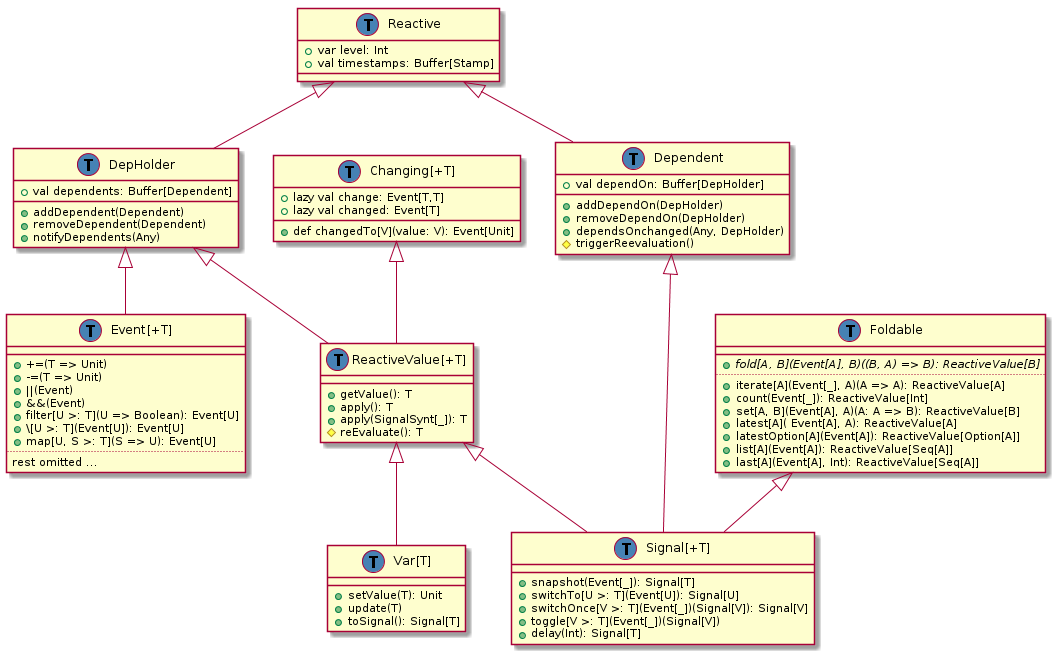
The PlantUML diagram doc/class-hierarchy/post-refactoring-may-14.png in rescala-lang/REScala, before a commit.
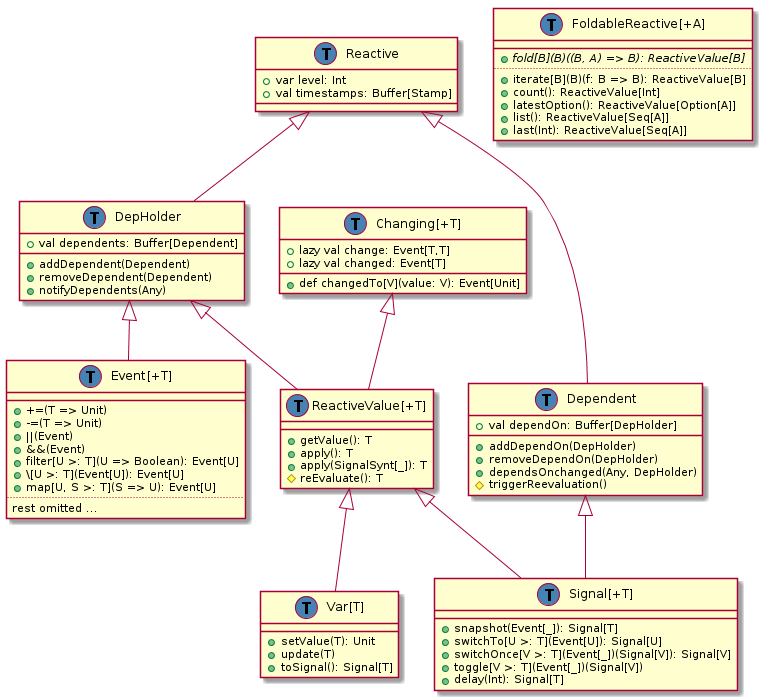
Above is the later version.

Commit message:
Parameterize Foldable remove methods that make covariance impossible

Diff of the diagram source:
```diff
@@ -49,7 +49,6 @@
 }
 Dependent <|-- Signal
 ReactiveValue <|-- Signal
-Foldable <|-- Signal
 
 class "Event[+T]" as Event {
   __
@@ -65,17 +64,15 @@
 }
 DepHolder <|-- Event
 
-class Foldable {
+class "FoldableReactive[+A]" as FoldableReactive {
   __
-  + {abstract} fold[A, B](Event[A], B)((B, A) => B): ReactiveValue[B]
+  + {abstract} fold[B](B)((B, A) => B): ReactiveValue[B]
   ..
-  +iterate[A](Event[_], A)(A => A): ReactiveValue[A]
-  +count(Event[_]): ReactiveValue[Int]
-  +set[A, B](Event[A], A)(A: A => B): ReactiveValue[B]
-  +latest[A]( Event[A], A): ReactiveValue[A]
-  +latestOption[A](Event[A]): ReactiveValue[Option[A]]
-  +list[A](Event[A]): ReactiveValue[Seq[A]]
-  +last[A](Event[A], Int): ReactiveValue[Seq[A]]
+  +iterate[B](B)(f: B => B): ReactiveValue[B]
+  +count(): ReactiveValue[Int]
+  +latestOption(): ReactiveValue[Option[A]]
+  +list(): ReactiveValue[Seq[A]]
+  +last(Int): ReactiveValue[Seq[A]]
 }
 
 class "Changing[+T]" as Changing {
@@ -94,5 +91,5 @@
 class Event << (T,#4682b4) >>
 class ReactiveValue << (T,#4682b4) >>
 class Changing << (T,#4682b4) >>
-class Foldable << (T,#4682b4) >>
+class FoldableReactive << (T,#4682b4) >>
 @enduml
```
